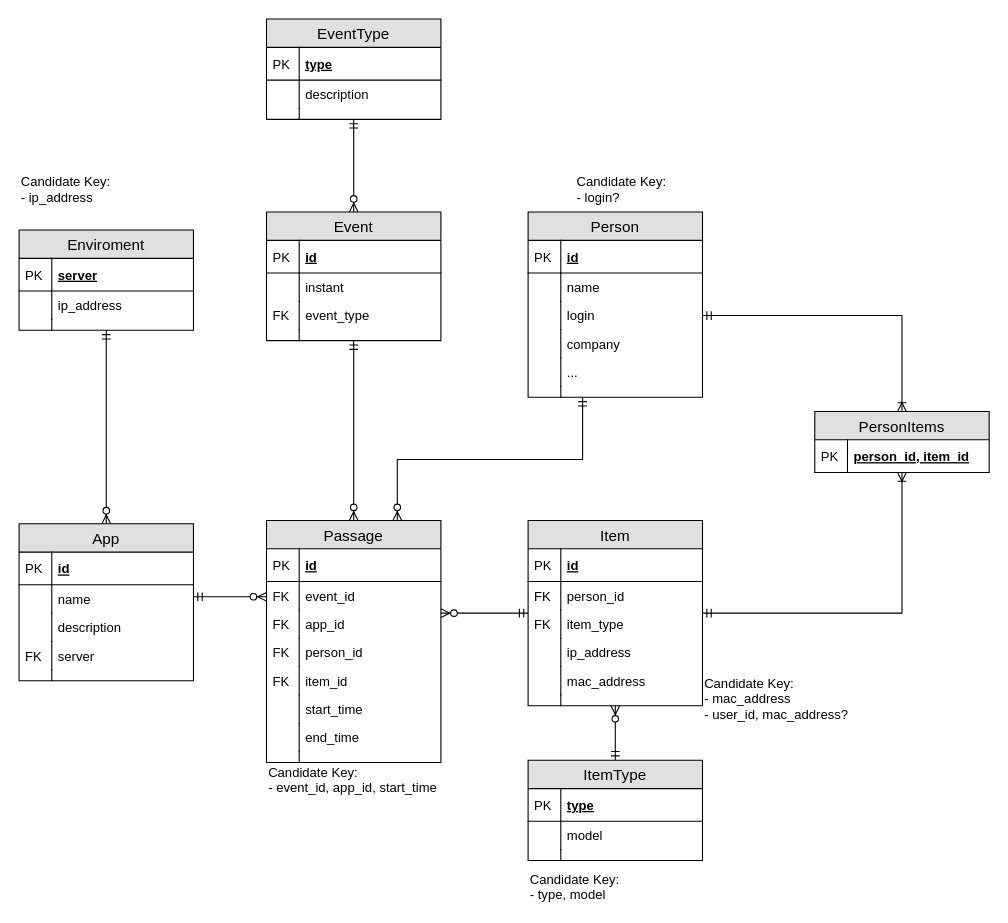
Earlier version of the draw.io diagram page "ER Extended" (2 of 2) of documentation/models/db_model.drawio (apm1005/TFG). Source tidied: cells renumbered, new cells numbered last; positions are measured from the earlier drawing's top-left corner, leaving out a move shared by most shapes. Both pictures are drawn from the tidied source at 109%, with x=0, y=0 at pixel (19, 19).
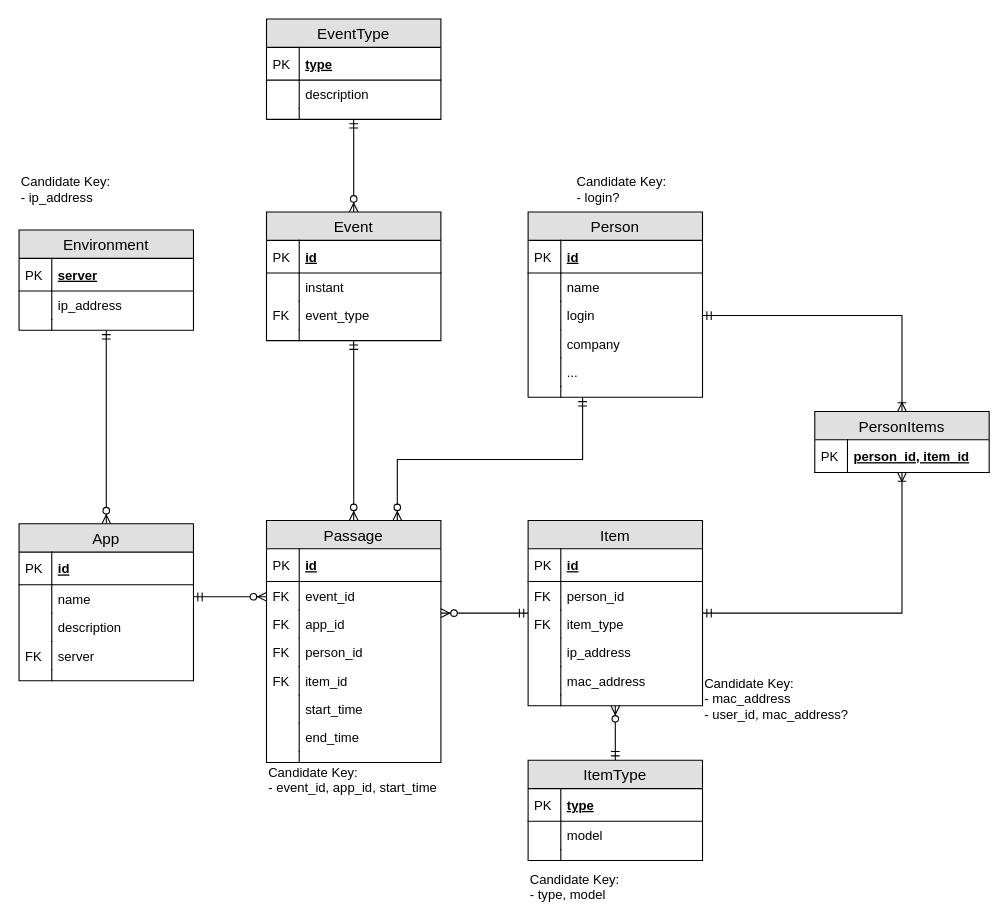
The same page after the edit.

Diff of the diagram source:
```diff
@@
-    <mxCell id="88" value="Enviroment" style="swimlane;fontStyle=0;horizontal=1;startSize=26;fillColor=#e0e0e0;swimlaneFillColor=#ffffff;align=center;fontSize=14;" parent="1" vertex="1">
+    <mxCell id="88" value="Environment" style="swimlane;fontStyle=0;horizontal=1;startSize=26;fillColor=#e0e0e0;swimlaneFillColor=#ffffff;align=center;fontSize=14;" parent="1" vertex="1">
       <mxGeometry y="193.5" width="160" height="92" as="geometry" />
     </mxCell>
```
